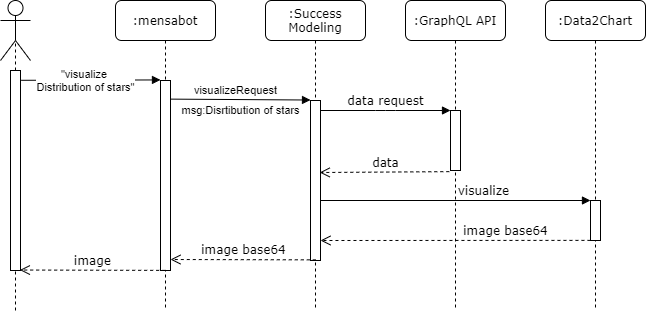
Earlier version of the draw.io export figures/realization/visualization_sequence.png (lakhoune/bachelor-thesis). Source tidied: cells renumbered, new cells last; positions are measured from the earlier drawing's top-left corner, leaving out a move shared by most shapes.
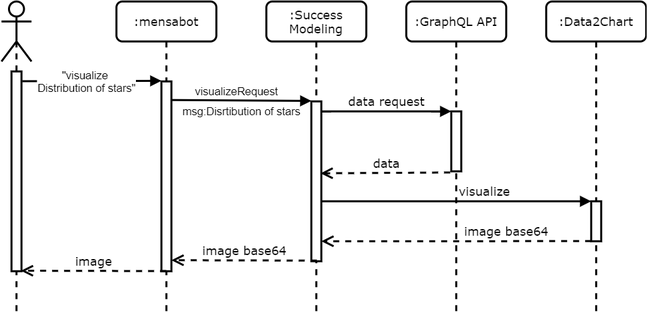
After the change.

What changed in the source:
```diff
@@ -2,58 +2,58 @@
   <root>
     <mxCell id="0" />
     <mxCell id="1" parent="0" />
-    <mxCell id="2" style="endArrow=none;dashed=1;html=1;entryX=0.5;entryY=0.667;entryDx=0;entryDy=0;entryPerimeter=0;" parent="1" edge="1" target="18">
+    <mxCell id="2" style="endArrow=none;dashed=1;html=1;entryX=0.5;entryY=0.667;entryDx=0;entryDy=0;entryPerimeter=0;strokeWidth=2;" parent="1" edge="1" target="18">
       <mxGeometry relative="1" as="geometry">
         <mxPoint x="15" y="310" as="sourcePoint" />
       </mxGeometry>
     </mxCell>
-    <mxCell id="3" value="visualize" style="html=1;verticalAlign=bottom;endArrow=block;labelBackgroundColor=none;fontFamily=Verdana;fontSize=12;edgeStyle=elbowEdgeStyle;elbow=vertical;entryX=-0.003;entryY=-0.002;entryDx=0;entryDy=0;entryPerimeter=0;" parent="1" edge="1" target="7">
+    <mxCell id="3" value="visualize" style="html=1;verticalAlign=bottom;endArrow=block;labelBackgroundColor=none;fontFamily=Verdana;fontSize=12;edgeStyle=elbowEdgeStyle;elbow=vertical;entryX=-0.003;entryY=-0.002;entryDx=0;entryDy=0;entryPerimeter=0;strokeWidth=2;" parent="1" edge="1" target="7">
       <mxGeometry x="0.21" relative="1" as="geometry">
         <mxPoint x="319" y="200" as="sourcePoint" />
       </mxGeometry>
     </mxCell>
-    <mxCell id="4" value=":GraphQL API" style="shape=umlLifeline;perimeter=lifelinePerimeter;whiteSpace=wrap;html=1;rounded=1;shadow=0;comic=0;labelBackgroundColor=none;strokeWidth=1;fontFamily=Verdana;fontSize=12;align=center;" parent="1" vertex="1">
+    <mxCell id="4" value=":GraphQL API" style="shape=umlLifeline;perimeter=lifelinePerimeter;whiteSpace=wrap;html=1;rounded=1;shadow=0;comic=0;labelBackgroundColor=none;strokeWidth=2;fontFamily=Verdana;fontSize=12;align=center;" parent="1" vertex="1">
       <mxGeometry x="405" width="100" height="310" as="geometry" />
     </mxCell>
-    <mxCell id="5" style="html=1;points=[];perimeter=orthogonalPerimeter;rounded=0;shadow=0;comic=0;labelBackgroundColor=none;strokeWidth=1;fontFamily=Verdana;fontSize=12;align=center;" parent="4" vertex="1">
+    <mxCell id="5" style="html=1;points=[];perimeter=orthogonalPerimeter;rounded=0;shadow=0;comic=0;labelBackgroundColor=none;strokeWidth=2;fontFamily=Verdana;fontSize=12;align=center;" parent="4" vertex="1">
       <mxGeometry x="45" y="110" width="10" height="60" as="geometry" />
     </mxCell>
-    <mxCell id="6" value=":Data2Chart" style="shape=umlLifeline;perimeter=lifelinePerimeter;whiteSpace=wrap;html=1;rounded=1;shadow=0;comic=0;labelBackgroundColor=none;strokeWidth=1;fontFamily=Verdana;fontSize=12;align=center;" parent="1" vertex="1">
+    <mxCell id="6" value=":Data2Chart" style="shape=umlLifeline;perimeter=lifelinePerimeter;whiteSpace=wrap;html=1;rounded=1;shadow=0;comic=0;labelBackgroundColor=none;strokeWidth=2;fontFamily=Verdana;fontSize=12;align=center;" parent="1" vertex="1">
       <mxGeometry x="545" width="100" height="310" as="geometry" />
     </mxCell>
-    <mxCell id="7" style="html=1;points=[];perimeter=orthogonalPerimeter;rounded=0;shadow=0;comic=0;labelBackgroundColor=none;strokeWidth=1;fontFamily=Verdana;fontSize=12;align=center;" parent="6" vertex="1">
+    <mxCell id="7" style="html=1;points=[];perimeter=orthogonalPerimeter;rounded=0;shadow=0;comic=0;labelBackgroundColor=none;strokeWidth=2;fontFamily=Verdana;fontSize=12;align=center;" parent="6" vertex="1">
       <mxGeometry x="45" y="200" width="10" height="40" as="geometry" />
     </mxCell>
-    <mxCell id="8" value=":Success Modeling" style="shape=umlLifeline;perimeter=lifelinePerimeter;whiteSpace=wrap;html=1;rounded=1;shadow=0;comic=0;labelBackgroundColor=none;strokeWidth=1;fontFamily=Verdana;fontSize=12;align=center;" parent="1" vertex="1">
+    <mxCell id="8" value=":Success Modeling" style="shape=umlLifeline;perimeter=lifelinePerimeter;whiteSpace=wrap;html=1;rounded=1;shadow=0;comic=0;labelBackgroundColor=none;strokeWidth=2;fontFamily=Verdana;fontSize=12;align=center;" parent="1" vertex="1">
       <mxGeometry x="265" width="100" height="310" as="geometry" />
     </mxCell>
-    <mxCell id="9" style="html=1;points=[];perimeter=orthogonalPerimeter;rounded=0;shadow=0;comic=0;labelBackgroundColor=#ffffff;strokeWidth=1;fontFamily=Verdana;fontSize=12;align=center;" parent="8" vertex="1">
+    <mxCell id="9" style="html=1;points=[];perimeter=orthogonalPerimeter;rounded=0;shadow=0;comic=0;labelBackgroundColor=#ffffff;strokeWidth=2;fontFamily=Verdana;fontSize=12;align=center;" parent="8" vertex="1">
       <mxGeometry x="45" y="100" width="10" height="160" as="geometry" />
     </mxCell>
-    <mxCell id="10" value="data" style="html=1;verticalAlign=bottom;endArrow=open;dashed=1;endSize=8;labelBackgroundColor=none;fontFamily=Verdana;fontSize=12;edgeStyle=elbowEdgeStyle;elbow=vertical;exitX=-0.12;exitY=1.019;exitDx=0;exitDy=0;exitPerimeter=0;entryX=0.92;entryY=0.449;entryDx=0;entryDy=0;entryPerimeter=0;" parent="1" edge="1" source="5" target="9">
+    <mxCell id="10" value="data" style="html=1;verticalAlign=bottom;endArrow=open;dashed=1;endSize=8;labelBackgroundColor=none;fontFamily=Verdana;fontSize=12;edgeStyle=elbowEdgeStyle;elbow=vertical;exitX=-0.12;exitY=1.019;exitDx=0;exitDy=0;exitPerimeter=0;entryX=0.92;entryY=0.449;entryDx=0;entryDy=0;entryPerimeter=0;strokeWidth=2;" parent="1" edge="1" source="5" target="9">
       <mxGeometry relative="1" as="geometry">
         <Array as="points">
           <mxPoint x="385" y="172" />
         </Array>
       </mxGeometry>
     </mxCell>
-    <mxCell id="11" value="data request" style="html=1;verticalAlign=bottom;endArrow=block;entryX=0;entryY=0;labelBackgroundColor=none;fontFamily=Verdana;fontSize=12;edgeStyle=elbowEdgeStyle;elbow=vertical;" parent="1" edge="1" source="9" target="5">
+    <mxCell id="11" value="data request" style="html=1;verticalAlign=bottom;endArrow=block;entryX=0;entryY=0;labelBackgroundColor=none;fontFamily=Verdana;fontSize=12;edgeStyle=elbowEdgeStyle;elbow=vertical;strokeWidth=2;" parent="1" edge="1" source="9" target="5">
       <mxGeometry relative="1" as="geometry" />
     </mxCell>
-    <mxCell id="12" value="image base64" style="html=1;verticalAlign=bottom;endArrow=open;dashed=1;endSize=8;labelBackgroundColor=none;fontFamily=Verdana;fontSize=12;edgeStyle=elbowEdgeStyle;elbow=vertical;exitX=-0.005;exitY=0.997;exitDx=0;exitDy=0;exitPerimeter=0;" parent="1" edge="1" source="7" target="9">
+    <mxCell id="12" value="image base64" style="html=1;verticalAlign=bottom;endArrow=open;dashed=1;endSize=8;labelBackgroundColor=none;fontFamily=Verdana;fontSize=12;edgeStyle=elbowEdgeStyle;elbow=vertical;exitX=-0.005;exitY=0.997;exitDx=0;exitDy=0;exitPerimeter=0;strokeWidth=2;" parent="1" edge="1" source="7" target="9">
       <mxGeometry x="-0.37" relative="1" as="geometry">
         <Array as="points">
           <mxPoint x="465" y="240" />
         </Array>
       </mxGeometry>
     </mxCell>
-    <mxCell id="13" value=":mensabot" style="shape=umlLifeline;perimeter=lifelinePerimeter;whiteSpace=wrap;html=1;rounded=1;shadow=0;comic=0;labelBackgroundColor=none;strokeWidth=1;fontFamily=Verdana;fontSize=12;align=center;" parent="1" vertex="1">
+    <mxCell id="13" value=":mensabot" style="shape=umlLifeline;perimeter=lifelinePerimeter;whiteSpace=wrap;html=1;rounded=1;shadow=0;comic=0;labelBackgroundColor=none;strokeWidth=2;fontFamily=Verdana;fontSize=12;align=center;" parent="1" vertex="1">
       <mxGeometry x="115" width="100" height="310" as="geometry" />
     </mxCell>
-    <mxCell id="14" style="html=1;points=[];perimeter=orthogonalPerimeter;rounded=0;shadow=0;comic=0;labelBackgroundColor=none;strokeWidth=1;fontFamily=Verdana;fontSize=12;align=center;" parent="13" vertex="1">
+    <mxCell id="14" style="html=1;points=[];perimeter=orthogonalPerimeter;rounded=0;shadow=0;comic=0;labelBackgroundColor=none;strokeWidth=2;fontFamily=Verdana;fontSize=12;align=center;" parent="13" vertex="1">
       <mxGeometry x="45" y="80" width="10" height="190" as="geometry" />
     </mxCell>
-    <mxCell id="15" value="image base64" style="html=1;verticalAlign=bottom;endArrow=open;dashed=1;endSize=8;labelBackgroundColor=none;fontFamily=Verdana;fontSize=12;edgeStyle=elbowEdgeStyle;elbow=vertical;exitX=0.529;exitY=0.996;exitDx=0;exitDy=0;exitPerimeter=0;" parent="1" edge="1" source="9">
+    <mxCell id="15" value="image base64" style="html=1;verticalAlign=bottom;endArrow=open;dashed=1;endSize=8;labelBackgroundColor=none;fontFamily=Verdana;fontSize=12;edgeStyle=elbowEdgeStyle;elbow=vertical;exitX=0.529;exitY=0.996;exitDx=0;exitDy=0;exitPerimeter=0;strokeWidth=2;" parent="1" edge="1" source="9">
       <mxGeometry relative="1" as="geometry">
         <mxPoint x="170" y="259" as="targetPoint" />
         <Array as="points">
@@ -61,22 +61,22 @@
         </Array>
       </mxGeometry>
     </mxCell>
-    <mxCell id="16" value="visualizeRequest" style="endArrow=block;html=1;exitX=1.002;exitY=0.098;exitDx=0;exitDy=0;exitPerimeter=0;entryX=0.001;entryY=-0.003;entryDx=0;entryDy=0;entryPerimeter=0;endFill=1;" parent="1" edge="1" source="14" target="9">
+    <mxCell id="16" value="visualizeRequest" style="endArrow=block;html=1;exitX=1.002;exitY=0.098;exitDx=0;exitDy=0;exitPerimeter=0;entryX=0.001;entryY=-0.003;entryDx=0;entryDy=0;entryPerimeter=0;endFill=1;strokeWidth=2;" parent="1" edge="1" source="14" target="9">
       <mxGeometry x="-0.07" y="9" relative="1" as="geometry" />
     </mxCell>
-    <mxCell id="17" style="html=1;points=[];perimeter=orthogonalPerimeter;rounded=0;shadow=0;comic=0;labelBackgroundColor=none;strokeWidth=1;fontFamily=Verdana;fontSize=12;align=center;" parent="1" vertex="1">
+    <mxCell id="17" style="html=1;points=[];perimeter=orthogonalPerimeter;rounded=0;shadow=0;comic=0;labelBackgroundColor=none;strokeWidth=2;fontFamily=Verdana;fontSize=12;align=center;" parent="1" vertex="1">
       <mxGeometry x="10" y="70" width="10" height="200" as="geometry" />
     </mxCell>
-    <mxCell id="18" style="shape=umlActor;verticalLabelPosition=bottom;labelBackgroundColor=#ffffff;verticalAlign=top;html=1;outlineConnect=0;" parent="1" vertex="1">
+    <mxCell id="18" style="shape=umlActor;verticalLabelPosition=bottom;labelBackgroundColor=#ffffff;verticalAlign=top;html=1;outlineConnect=0;strokeWidth=2;" parent="1" vertex="1">
       <mxGeometry width="30" height="60" as="geometry" />
     </mxCell>
-    <mxCell id="19" value="&quot;visualize &lt;br&gt;Distribution of stars&quot;" style="endArrow=block;html=1;exitX=1.077;exitY=0.049;exitDx=0;exitDy=0;exitPerimeter=0;entryX=-0.002;entryY=-0.003;entryDx=0;entryDy=0;entryPerimeter=0;endFill=1;" parent="1" edge="1" source="17" target="14">
+    <mxCell id="19" value="&quot;visualize &lt;br&gt;Distribution of stars&quot;" style="endArrow=block;html=1;exitX=1.077;exitY=0.049;exitDx=0;exitDy=0;exitPerimeter=0;entryX=-0.002;entryY=-0.003;entryDx=0;entryDy=0;entryPerimeter=0;endFill=1;strokeWidth=2;" parent="1" edge="1" source="17" target="14">
       <mxGeometry x="-0.08" relative="1" as="geometry" />
     </mxCell>
-    <mxCell id="20" value="msg:Disrtibution of stars" style="text;html=1;align=center;verticalAlign=middle;fontSize=11;" parent="1" vertex="1">
+    <mxCell id="20" value="msg:Disrtibution of stars" style="text;html=1;align=center;verticalAlign=middle;fontSize=11;strokeWidth=2;" parent="1" vertex="1">
       <mxGeometry x="175" y="100" width="130" height="20" as="geometry" />
     </mxCell>
-    <mxCell id="21" value="image" style="html=1;verticalAlign=bottom;endArrow=open;dashed=1;endSize=8;labelBackgroundColor=none;fontFamily=Verdana;fontSize=12;edgeStyle=elbowEdgeStyle;elbow=vertical;exitX=0.529;exitY=0.996;exitDx=0;exitDy=0;exitPerimeter=0;" parent="1" edge="1">
+    <mxCell id="21" value="image" style="html=1;verticalAlign=bottom;endArrow=open;dashed=1;endSize=8;labelBackgroundColor=none;fontFamily=Verdana;fontSize=12;edgeStyle=elbowEdgeStyle;elbow=vertical;exitX=0.529;exitY=0.996;exitDx=0;exitDy=0;exitPerimeter=0;strokeWidth=2;" parent="1" edge="1">
       <mxGeometry relative="1" as="geometry">
         <mxPoint x="164.7" y="269.9" as="sourcePoint" />
         <mxPoint x="19.4" y="269.5" as="targetPoint" />
```
